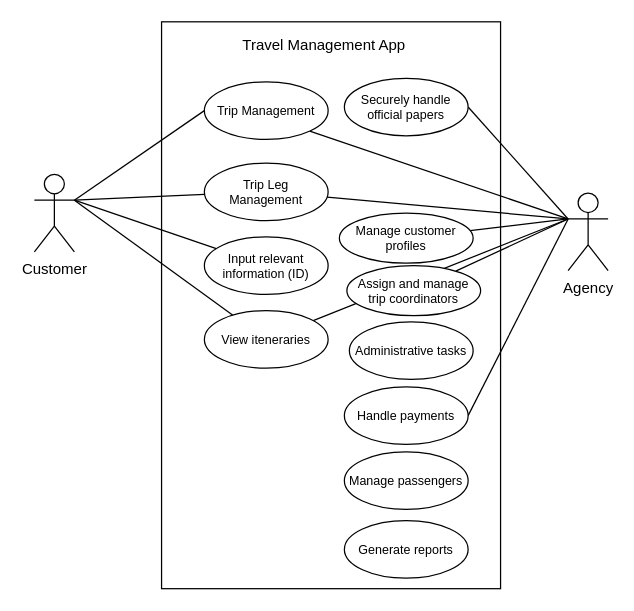
Above: use_case.drawio in imogenha/com714 (draw.io), before the change. Source tidied: cells renumbered, new cells numbered last; positions are measured from the earlier drawing's top-left corner, leaving out a move shared by most shapes. Both pictures are drawn from the tidied source at 125%, with x=0, y=0 at pixel (34, 26).
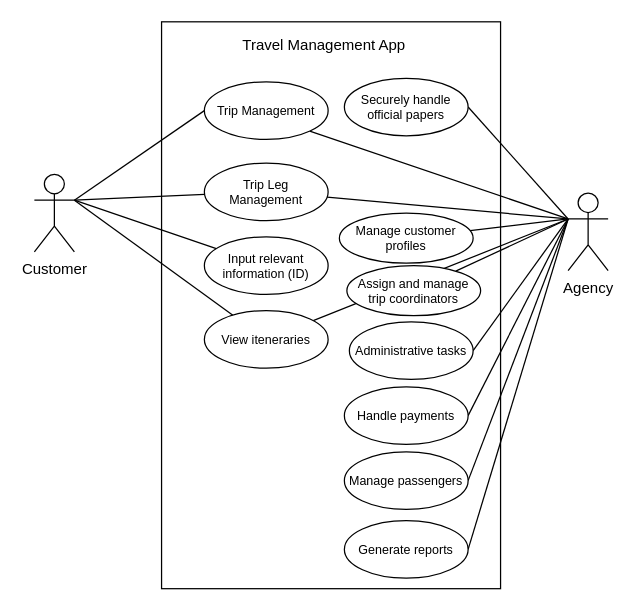
Above is the later version.

The change refers to these unchanged cells:
```xml
<mxCell id="15" value="Agency" style="shape=umlActor;verticalLabelPosition=bottom;verticalAlign=top;html=1;" parent="1" vertex="1">
  <mxGeometry x="427" y="133" width="32" height="62" as="geometry" />
</mxCell>
<mxCell id="24" value="Manage passengers" style="ellipse;whiteSpace=wrap;html=1;fontSize=10;" parent="1" vertex="1">
  <mxGeometry x="248" y="340" width="99" height="46" as="geometry" />
</mxCell>
<mxCell id="25" value="Administrative tasks" style="ellipse;whiteSpace=wrap;html=1;fontSize=10;" parent="1" vertex="1">
  <mxGeometry x="252" y="236" width="99" height="46" as="geometry" />
</mxCell>
<mxCell id="26" value="Generate reports" style="ellipse;whiteSpace=wrap;html=1;fontSize=10;" parent="1" vertex="1">
  <mxGeometry x="248" y="395" width="99" height="46" as="geometry" />
</mxCell>
```

The edit, as a diff of the source:
```diff
@@
+    <mxCell id="28" style="edgeStyle=none;curved=1;rounded=0;jettySize=auto;html=1;exitX=0;exitY=0.3333333333333333;exitDx=0;exitDy=0;exitPerimeter=0;entryX=1;entryY=0.5;entryDx=0;entryDy=0;fontSize=12;startSize=8;endSize=8;endArrow=none;endFill=0;" parent="1" edge="1" source="15" target="25">
+      <mxGeometry relative="1" as="geometry" />
+    </mxCell>
+    <mxCell id="29" style="edgeStyle=none;curved=1;rounded=0;jettySize=auto;html=1;exitX=0;exitY=0.3333333333333333;exitDx=0;exitDy=0;exitPerimeter=0;entryX=1;entryY=0.5;entryDx=0;entryDy=0;fontSize=12;startSize=8;endSize=8;endArrow=none;endFill=0;" parent="1" edge="1" source="15" target="24">
+      <mxGeometry relative="1" as="geometry" />
+    </mxCell>
+    <mxCell id="30" style="edgeStyle=none;curved=1;rounded=0;jettySize=auto;html=1;exitX=0;exitY=0.3333333333333333;exitDx=0;exitDy=0;exitPerimeter=0;entryX=1;entryY=0.5;entryDx=0;entryDy=0;fontSize=12;startSize=8;endSize=8;endArrow=none;endFill=0;" parent="1" edge="1" source="15" target="26">
+      <mxGeometry relative="1" as="geometry" />
+    </mxCell>
```
